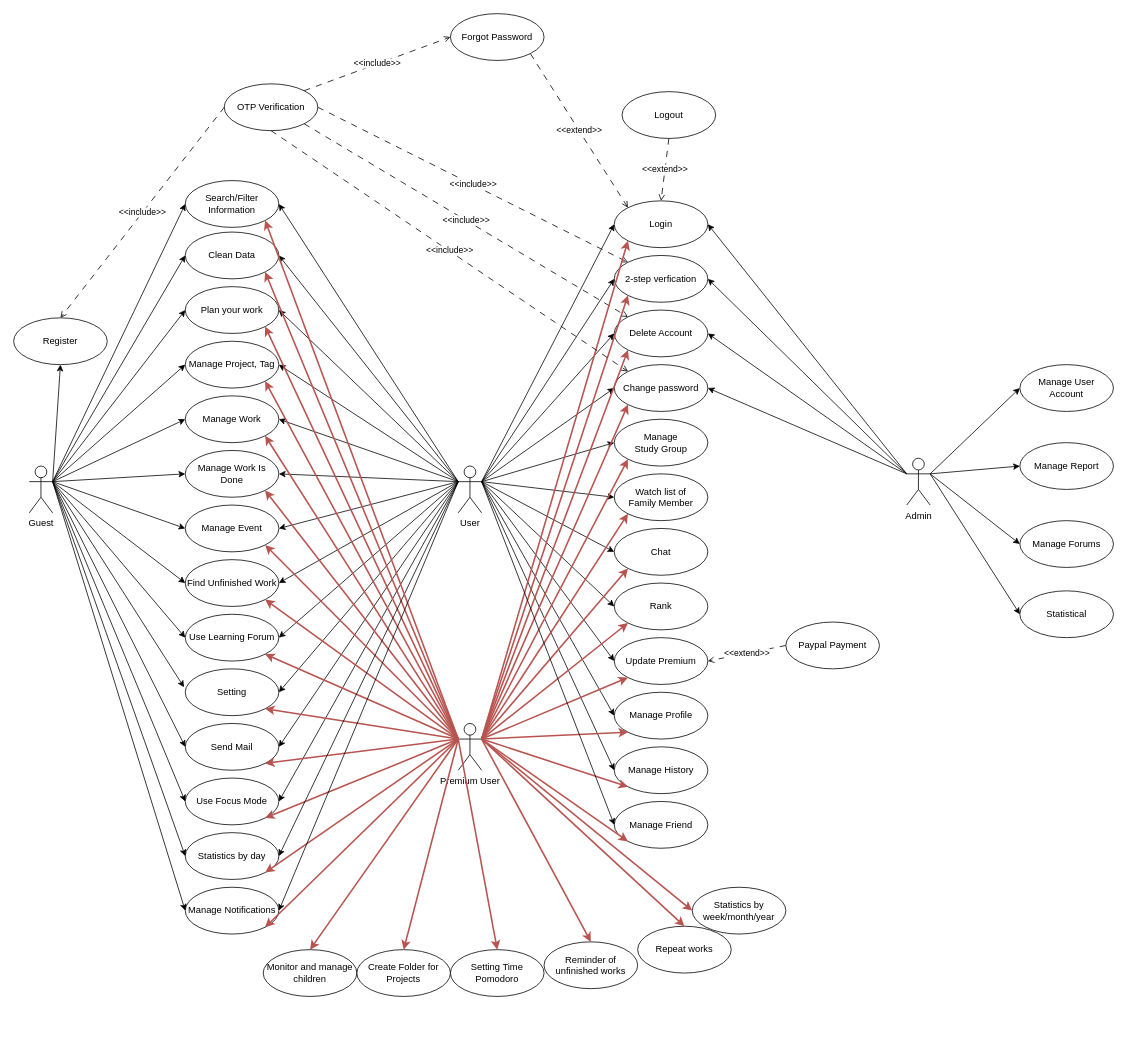
Earlier version of the draw.io diagram UseCase/UseCase.drawio (Enochhhh/AppSmartStudyHub). Source tidied: cells renumbered, new cells numbered last; positions are measured from the earlier drawing's top-left corner, leaving out a move shared by most shapes. Both pictures are drawn from the tidied source at 78%, with x=0, y=0 at pixel (13, 13).
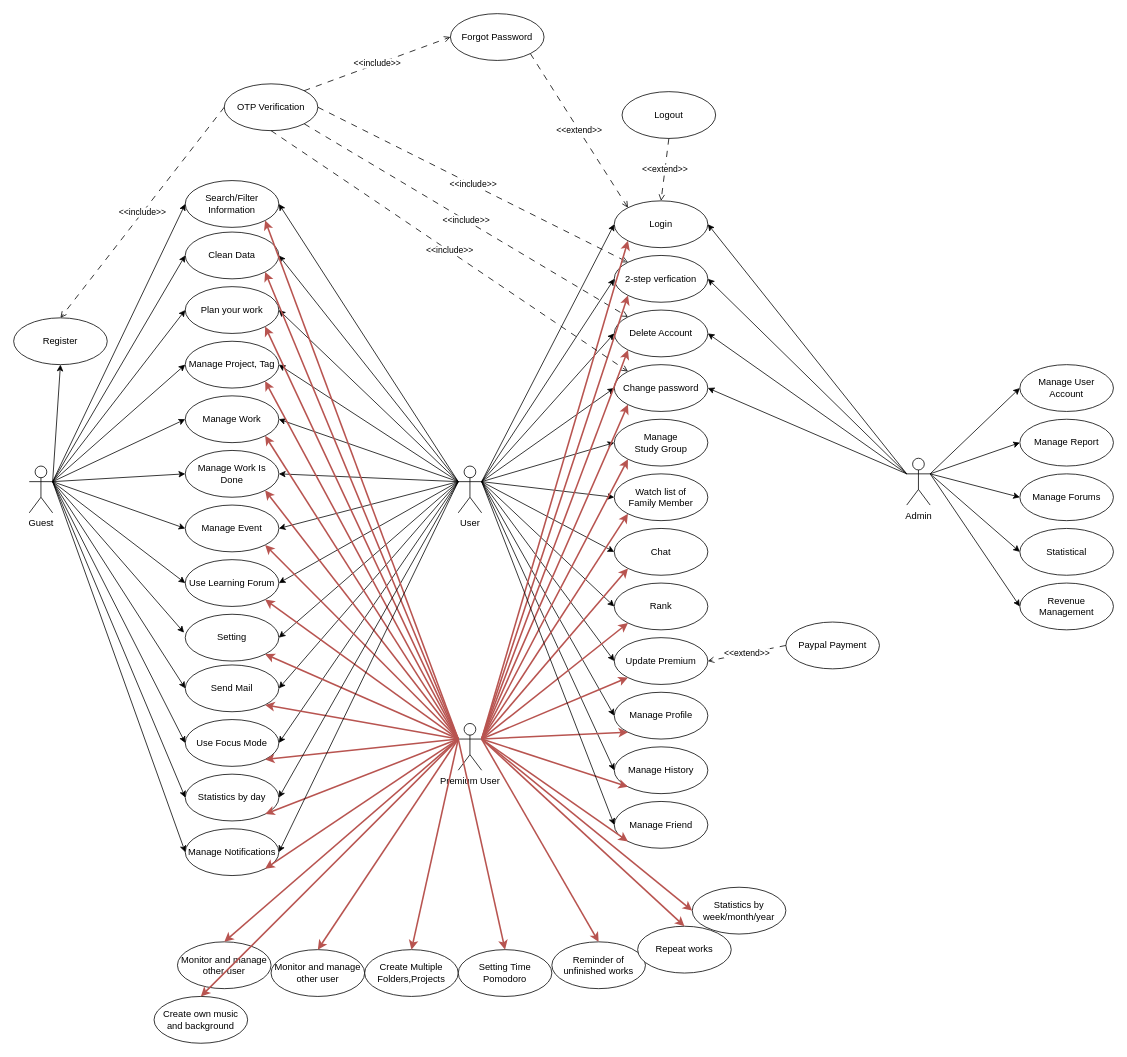
The same page after the edit.

Commit message (it also covers changes not shown here):
Update Class Diagram and Use Case Diagram, update Database

Unchanged cells that the change refers to:
```xml
<mxCell id="2" value="Guest&lt;br&gt;" style="shape=umlActor;verticalLabelPosition=bottom;verticalAlign=top;html=1;outlineConnect=0;" parent="1" vertex="1">
  <mxGeometry x="20" y="580" width="30" height="60" as="geometry" />
</mxCell>
<mxCell id="3" value="User" style="shape=umlActor;verticalLabelPosition=bottom;verticalAlign=top;html=1;outlineConnect=0;" parent="1" vertex="1">
  <mxGeometry x="570" y="580" width="30" height="60" as="geometry" />
</mxCell>
<mxCell id="4" value="Premium User" style="shape=umlActor;verticalLabelPosition=bottom;verticalAlign=top;html=1;outlineConnect=0;" parent="1" vertex="1">
  <mxGeometry x="570" y="910" width="30" height="60" as="geometry" />
</mxCell>
<mxCell id="5" value="Admin" style="shape=umlActor;verticalLabelPosition=bottom;verticalAlign=top;html=1;outlineConnect=0;" parent="1" vertex="1">
  <mxGeometry x="1145" y="570" width="30" height="60" as="geometry" />
</mxCell>
```

What changed in the source:
```diff
@@
-    <mxCell id="13" value="Find Unfinished Work" style="ellipse;whiteSpace=wrap;html=1;" parent="1" vertex="1">
-      <mxGeometry x="220" y="700" width="120" height="60" as="geometry" />
-    </mxCell>
     <mxCell id="14" value="Use Learning Forum" style="ellipse;whiteSpace=wrap;html=1;" parent="1" vertex="1">
-      <mxGeometry x="220" y="770" width="120" height="60" as="geometry" />
+      <mxGeometry x="220" y="700" width="120" height="60" as="geometry" />
     </mxCell>
     <mxCell id="15" value="Setting" style="ellipse;whiteSpace=wrap;html=1;" parent="1" vertex="1">
-      <mxGeometry x="220" y="840" width="120" height="60" as="geometry" />
+      <mxGeometry x="220" y="770" width="120" height="60" as="geometry" />
     </mxCell>
     <mxCell id="16" value="Send Mail" style="ellipse;whiteSpace=wrap;html=1;" parent="1" vertex="1">
-      <mxGeometry x="220" y="910" width="120" height="60" as="geometry" />
+      <mxGeometry x="220" y="835" width="120" height="60" as="geometry" />
     </mxCell>
     <mxCell id="17" value="Use Focus Mode" style="ellipse;whiteSpace=wrap;html=1;" parent="1" vertex="1">
-      <mxGeometry x="220" y="980" width="120" height="60" as="geometry" />
+      <mxGeometry x="220" y="905" width="120" height="60" as="geometry" />
     </mxCell>
@@
-    <mxCell id="24" style="endArrow=classic;html=1;rounded=0;entryX=0;entryY=0.5;entryDx=0;entryDy=0;exitX=1;exitY=0.3333333333333333;exitDx=0;exitDy=0;exitPerimeter=0;" parent="1" edge="1" source="2" target="13">
-      <mxGeometry relative="1" as="geometry" />
-    </mxCell>
@@
-    <mxCell id="38" style="endArrow=classic;html=1;rounded=0;entryX=1;entryY=0.5;entryDx=0;entryDy=0;exitX=0;exitY=0.3333333333333333;exitDx=0;exitDy=0;exitPerimeter=0;" parent="1" edge="1" source="3" target="13">
-      <mxGeometry relative="1" as="geometry" />
-    </mxCell>
@@
-    <mxCell id="78" style="endArrow=classic;html=1;rounded=0;entryX=1;entryY=1;entryDx=0;entryDy=0;exitX=0;exitY=0.3333333333333333;exitDx=0;exitDy=0;exitPerimeter=0;fillColor=#f8cecc;strokeColor=#b85450;strokeWidth=2;" parent="1" edge="1" source="4" target="13">
-      <mxGeometry relative="1" as="geometry" />
-    </mxCell>
@@
     <mxCell id="101" value="Manage Report" style="ellipse;whiteSpace=wrap;html=1;" parent="1" vertex="1">
-      <mxGeometry x="1290" y="550" width="120" height="60" as="geometry" />
+      <mxGeometry x="1290" y="520" width="120" height="60" as="geometry" />
     </mxCell>
     <mxCell id="102" value="Manage Forums" style="ellipse;whiteSpace=wrap;html=1;" parent="1" vertex="1">
-      <mxGeometry x="1290" y="650" width="120" height="60" as="geometry" />
+      <mxGeometry x="1290" y="590" width="120" height="60" as="geometry" />
     </mxCell>
     <mxCell id="103" value="Statistical" style="ellipse;whiteSpace=wrap;html=1;" parent="1" vertex="1">
-      <mxGeometry x="1290" y="740" width="120" height="60" as="geometry" />
+      <mxGeometry x="1290" y="660" width="120" height="60" as="geometry" />
     </mxCell>
@@
-    <mxCell id="108" value="Monitor and manage&lt;br&gt;children" style="ellipse;whiteSpace=wrap;html=1;" parent="1" vertex="1">
-      <mxGeometry x="320" y="1200" width="120" height="60" as="geometry" />
+    <mxCell id="108" value="Monitor and manage&lt;br&gt;other user" style="ellipse;whiteSpace=wrap;html=1;" parent="1" vertex="1">
+      <mxGeometry x="330" y="1200" width="120" height="60" as="geometry" />
     </mxCell>
@@
-    <mxCell id="114" value="Create Folder for&lt;br&gt;Projects" style="ellipse;whiteSpace=wrap;html=1;" parent="1" vertex="1">
-      <mxGeometry x="440" y="1200" width="120" height="60" as="geometry" />
+    <mxCell id="114" value="Create Multiple Folders,Projects" style="ellipse;whiteSpace=wrap;html=1;" parent="1" vertex="1">
+      <mxGeometry x="450" y="1200" width="120" height="60" as="geometry" />
     </mxCell>
@@
     <mxCell id="116" value="Setting Time&lt;br&gt;Pomodoro" style="ellipse;whiteSpace=wrap;html=1;" parent="1" vertex="1">
-      <mxGeometry x="560" y="1200" width="120" height="60" as="geometry" />
+      <mxGeometry x="570" y="1200" width="120" height="60" as="geometry" />
     </mxCell>
@@
     <mxCell id="118" value="Reminder of&lt;br&gt;unfinished works" style="ellipse;whiteSpace=wrap;html=1;" parent="1" vertex="1">
-      <mxGeometry x="680" y="1190" width="120" height="60" as="geometry" />
+      <mxGeometry x="690" y="1190" width="120" height="60" as="geometry" />
     </mxCell>
@@
     <mxCell id="122" value="Statistics by day" style="ellipse;whiteSpace=wrap;html=1;" parent="1" vertex="1">
-      <mxGeometry x="220" y="1050" width="120" height="60" as="geometry" />
+      <mxGeometry x="220" y="975" width="120" height="60" as="geometry" />
     </mxCell>
@@
     <mxCell id="132" value="Manage Notifications" style="ellipse;whiteSpace=wrap;html=1;" parent="1" vertex="1">
-      <mxGeometry x="220" y="1120" width="120" height="60" as="geometry" />
+      <mxGeometry x="220" y="1045" width="120" height="60" as="geometry" />
     </mxCell>
@@
+    <mxCell id="136" value="Monitor and manage&lt;br&gt;other user" style="ellipse;whiteSpace=wrap;html=1;" parent="1" vertex="1">
+      <mxGeometry x="210" y="1190" width="120" height="60" as="geometry" />
+    </mxCell>
+    <mxCell id="137" style="endArrow=classic;html=1;rounded=0;entryX=0.5;entryY=0;entryDx=0;entryDy=0;fillColor=#f8cecc;strokeColor=#b85450;strokeWidth=2;exitX=0;exitY=0.3333333333333333;exitDx=0;exitDy=0;exitPerimeter=0;" parent="1" edge="1" source="4" target="136">
+      <mxGeometry relative="1" as="geometry" />
+    </mxCell>
+    <mxCell id="138" value="Create own music and background" style="ellipse;whiteSpace=wrap;html=1;" parent="1" vertex="1">
+      <mxGeometry x="180" y="1260" width="120" height="60" as="geometry" />
+    </mxCell>
+    <mxCell id="139" style="endArrow=classic;html=1;rounded=0;entryX=0.5;entryY=0;entryDx=0;entryDy=0;fillColor=#f8cecc;strokeColor=#b85450;strokeWidth=2;exitX=0;exitY=0.3333333333333333;exitDx=0;exitDy=0;exitPerimeter=0;" parent="1" edge="1" source="4" target="138">
+      <mxGeometry relative="1" as="geometry" />
+    </mxCell>
+    <mxCell id="140" value="Revenue Management" style="ellipse;whiteSpace=wrap;html=1;" parent="1" vertex="1">
+      <mxGeometry x="1290" y="730" width="120" height="60" as="geometry" />
+    </mxCell>
+    <mxCell id="141" style="endArrow=classic;html=1;rounded=0;entryX=0;entryY=0.5;entryDx=0;entryDy=0;exitX=1;exitY=0.3333333333333333;exitDx=0;exitDy=0;exitPerimeter=0;" parent="1" edge="1" source="5" target="140">
+      <mxGeometry relative="1" as="geometry" />
+    </mxCell>
```
